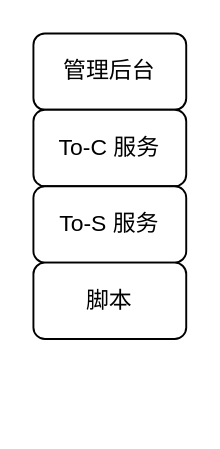
This is architecture/go-web-template.drawio from LanSeTianYe/draw, a draw.io file, before an edit. Source tidied: cells renumbered, new cells numbered last; positions are measured from the earlier drawing's top-left corner, leaving out a move shared by most shapes. Both pictures are drawn from the tidied source at 191%, with x=0, y=0 at pixel (32, 32).
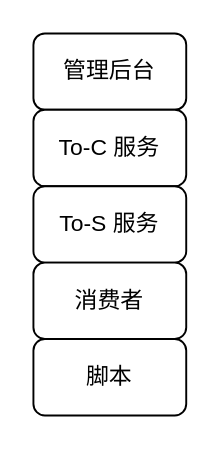
The same page after the edit.

Diff of the diagram source:
```diff
@@
 <mxGraphModel>
   <root>
     <mxCell id="0" />
     <mxCell id="1" parent="0" />
     <mxCell id="2" value="管理后台" style="rounded=1;whiteSpace=wrap;html=1;" parent="1" vertex="1">
       <mxGeometry width="80" height="40" as="geometry" />
     </mxCell>
     <mxCell id="3" value="To-C 服务" style="rounded=1;whiteSpace=wrap;html=1;" parent="1" vertex="1">
       <mxGeometry y="40" width="80" height="40" as="geometry" />
     </mxCell>
     <mxCell id="4" value="To-S 服务" style="rounded=1;whiteSpace=wrap;html=1;" parent="1" vertex="1">
       <mxGeometry y="80" width="80" height="40" as="geometry" />
     </mxCell>
-    <mxCell id="5" value="脚本" style="rounded=1;whiteSpace=wrap;html=1;" parent="1" vertex="1">
+    <mxCell id="5" value="消费者" style="rounded=1;whiteSpace=wrap;html=1;" parent="1" vertex="1">
       <mxGeometry y="120" width="80" height="40" as="geometry" />
     </mxCell>
+    <mxCell id="6" value="脚本" style="rounded=1;whiteSpace=wrap;html=1;" parent="1" vertex="1">
+      <mxGeometry y="160" width="80" height="40" as="geometry" />
+    </mxCell>
   </root>
 </mxGraphModel>
```
